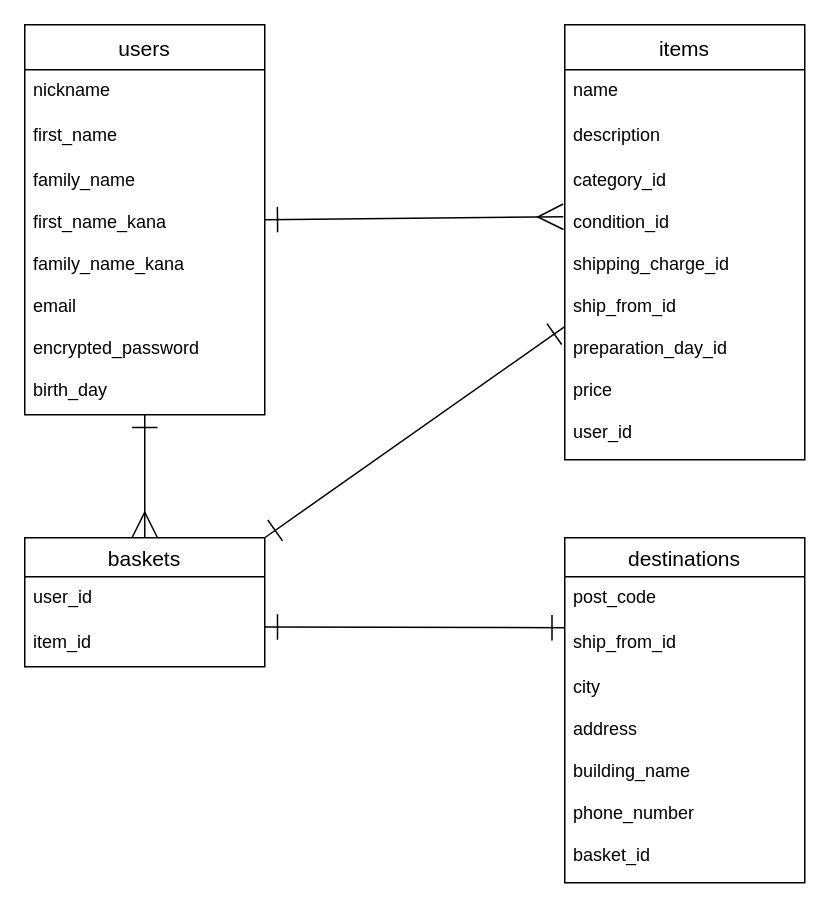
apricot0106/furima-38203 keeps this draw.io diagram as furima.dio. Above is the earlier version. Source tidied: cells renumbered, new cells numbered last; positions are measured from the earlier drawing's top-left corner, leaving out a move shared by most shapes. Both pictures are drawn from the tidied source at 150%, with x=0, y=0 at pixel (24, 24).
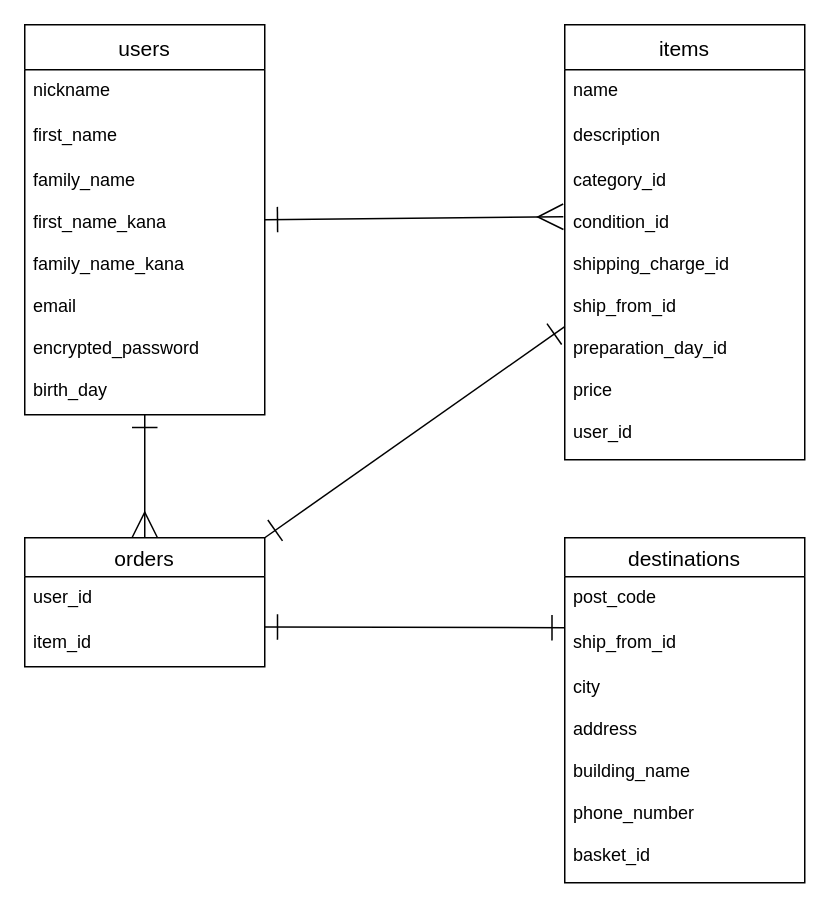
Above is the later version.

Change to the diagram source:
```diff
@@
-    <mxCell id="18" value="baskets" style="swimlane;fontStyle=0;horizontal=1;startSize=26;align=center;fontSize=14;" parent="1" vertex="1">
+    <mxCell id="18" value="orders" style="swimlane;fontStyle=0;horizontal=1;startSize=26;align=center;fontSize=14;" parent="1" vertex="1">
       <mxGeometry y="342" width="160" height="86" as="geometry" />
     </mxCell>
```
